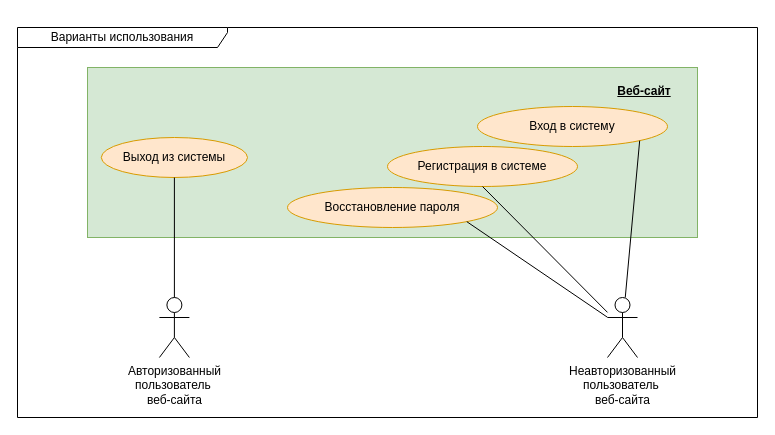
AS2/internet_technologies keeps this draw.io diagram as raw_diagrams/use_case.drawio. Above is the earlier version. Source tidied: cells renumbered, new cells numbered last; positions are measured from the earlier drawing's top-left corner, leaving out a move shared by most shapes. Both pictures are drawn from the tidied source at 100%, with x=0, y=0 at pixel (17, 27).
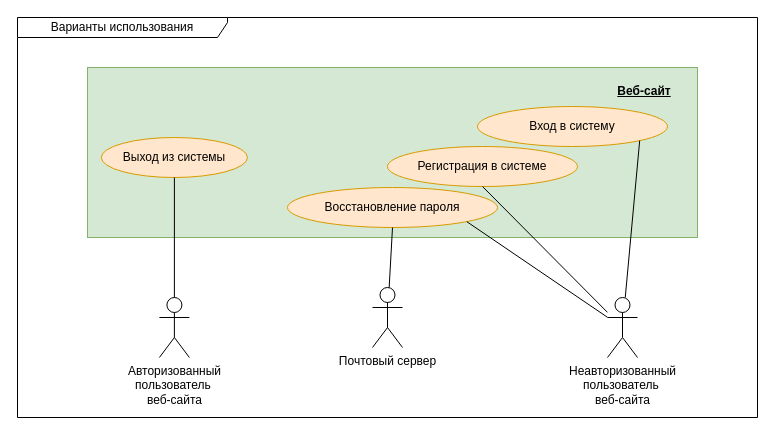
Above is the later version.

Diff of the diagram source:
```diff
@@
 <mxGraphModel>
   <root>
     <mxCell id="0" />
     <mxCell id="1" parent="0" />
     <mxCell id="2" style="html=1;whiteSpace=wrap;fillColor=#d5e8d4;strokeColor=#82b366;" parent="1" vertex="1">
       <mxGeometry x="70" y="40" width="610" height="170" as="geometry" />
     </mxCell>
     <mxCell id="3" value="&lt;div&gt;Авторизованный&lt;/div&gt;&lt;div&gt;пользователь&amp;nbsp;&lt;/div&gt;веб-сайта" style="shape=umlActor;verticalLabelPosition=bottom;verticalAlign=top;html=1;outlineConnect=0;" parent="1" vertex="1">
       <mxGeometry x="141.9" y="270" width="30" height="60" as="geometry" />
     </mxCell>
     <mxCell id="4" value="Варианты использования" style="shape=umlFrame;whiteSpace=wrap;html=1;width=210;height=20;" parent="1" vertex="1">
-      <mxGeometry width="740" height="390" as="geometry" />
+      <mxGeometry y="-10" width="740" height="400" as="geometry" />
     </mxCell>
     <mxCell id="5" value="&lt;u&gt;&lt;b&gt;Веб-сайт&lt;br&gt;&lt;/b&gt;&lt;/u&gt;" style="text;html=1;strokeColor=none;fillColor=none;align=center;verticalAlign=middle;whiteSpace=wrap;rounded=0;" parent="1" vertex="1">
       <mxGeometry x="572.5" y="49" width="107.5" height="30" as="geometry" />
     </mxCell>
     <mxCell id="6" value="Восстановление пароля" style="ellipse;whiteSpace=wrap;html=1;fillColor=#ffe6cc;strokeColor=#d79b00;" parent="1" vertex="1">
       <mxGeometry x="270" y="160" width="210" height="40" as="geometry" />
     </mxCell>
     <mxCell id="7" style="endArrow=none;html=1;rounded=0;entryX=1;entryY=1;entryDx=0;entryDy=0;" parent="1" edge="1" source="8" target="6">
       <mxGeometry relative="1" as="geometry" />
     </mxCell>
     <mxCell id="8" value="&lt;div style=&quot;border-color: var(--border-color);&quot;&gt;Неавторизованный&lt;/div&gt;&lt;div style=&quot;border-color: var(--border-color);&quot;&gt;пользователь&amp;nbsp;&lt;/div&gt;веб-сайта" style="shape=umlActor;verticalLabelPosition=bottom;verticalAlign=top;html=1;outlineConnect=0;" parent="1" vertex="1">
       <mxGeometry x="590" y="270" width="30" height="60" as="geometry" />
     </mxCell>
     <mxCell id="9" value="Регистрация в системе" style="ellipse;whiteSpace=wrap;html=1;fillColor=#ffe6cc;strokeColor=#d79b00;" parent="1" vertex="1">
       <mxGeometry x="370" y="119" width="190" height="40" as="geometry" />
     </mxCell>
     <mxCell id="10" style="endArrow=none;html=1;rounded=0;entryX=0.5;entryY=1;entryDx=0;entryDy=0;" parent="1" edge="1" source="8" target="9">
       <mxGeometry relative="1" as="geometry" />
     </mxCell>
     <mxCell id="11" value="Вход в систему" style="ellipse;whiteSpace=wrap;html=1;fillColor=#ffe6cc;strokeColor=#d79b00;" parent="1" vertex="1">
       <mxGeometry x="460" y="79" width="190" height="40" as="geometry" />
     </mxCell>
     <mxCell id="12" style="endArrow=none;html=1;rounded=0;entryX=1;entryY=1;entryDx=0;entryDy=0;" parent="1" edge="1" source="8" target="11">
       <mxGeometry relative="1" as="geometry" />
     </mxCell>
     <mxCell id="13" value="Выход из системы" style="ellipse;whiteSpace=wrap;html=1;fillColor=#ffe6cc;strokeColor=#d79b00;" parent="1" vertex="1">
       <mxGeometry x="83.8" y="110" width="146.2" height="40" as="geometry" />
     </mxCell>
     <mxCell id="14" style="endArrow=none;html=1;rounded=0;entryX=0.5;entryY=1;entryDx=0;entryDy=0;" parent="1" edge="1" source="3" target="13">
       <mxGeometry relative="1" as="geometry" />
     </mxCell>
+    <mxCell id="15" value="Почтовый сервер&lt;br&gt;&lt;div style=&quot;border-color: var(--border-color);&quot;&gt;&lt;/div&gt;" style="shape=umlActor;verticalLabelPosition=bottom;verticalAlign=top;html=1;outlineConnect=0;" parent="1" vertex="1">
+      <mxGeometry x="355" y="260" width="30" height="60" as="geometry" />
+    </mxCell>
+    <mxCell id="16" style="endArrow=none;html=1;rounded=0;exitX=0.5;exitY=1;exitDx=0;exitDy=0;" parent="1" edge="1" source="6" target="15">
+      <mxGeometry relative="1" as="geometry" />
+    </mxCell>
   </root>
 </mxGraphModel>
```
